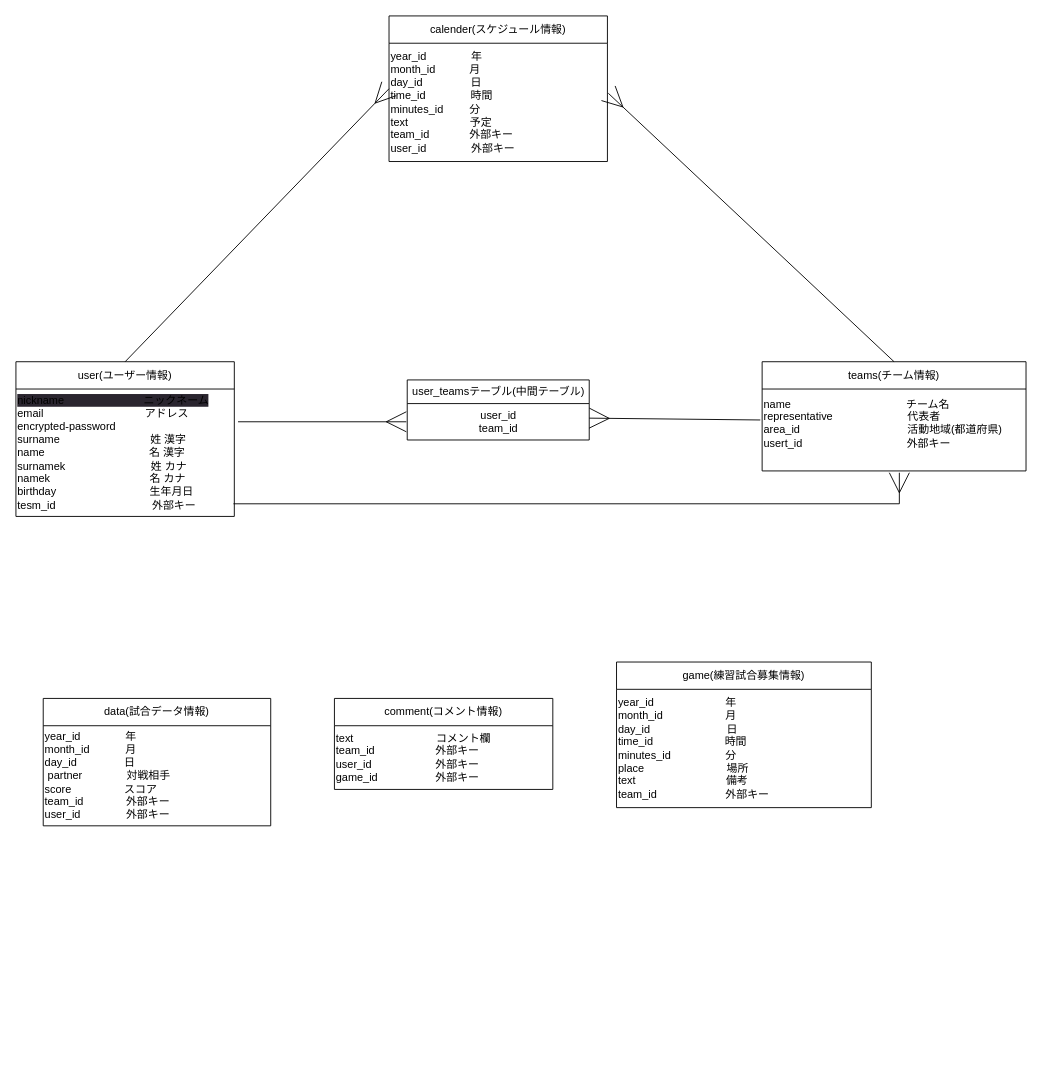
Before: test.dio in arakikeita/soccer-team, a draw.io diagram. Source tidied: cells renumbered, new cells numbered last; positions are measured from the earlier drawing's top-left corner, leaving out a move shared by most shapes. Both pictures are drawn from the tidied source at 91%, with x=0, y=0 at pixel (15, 15).
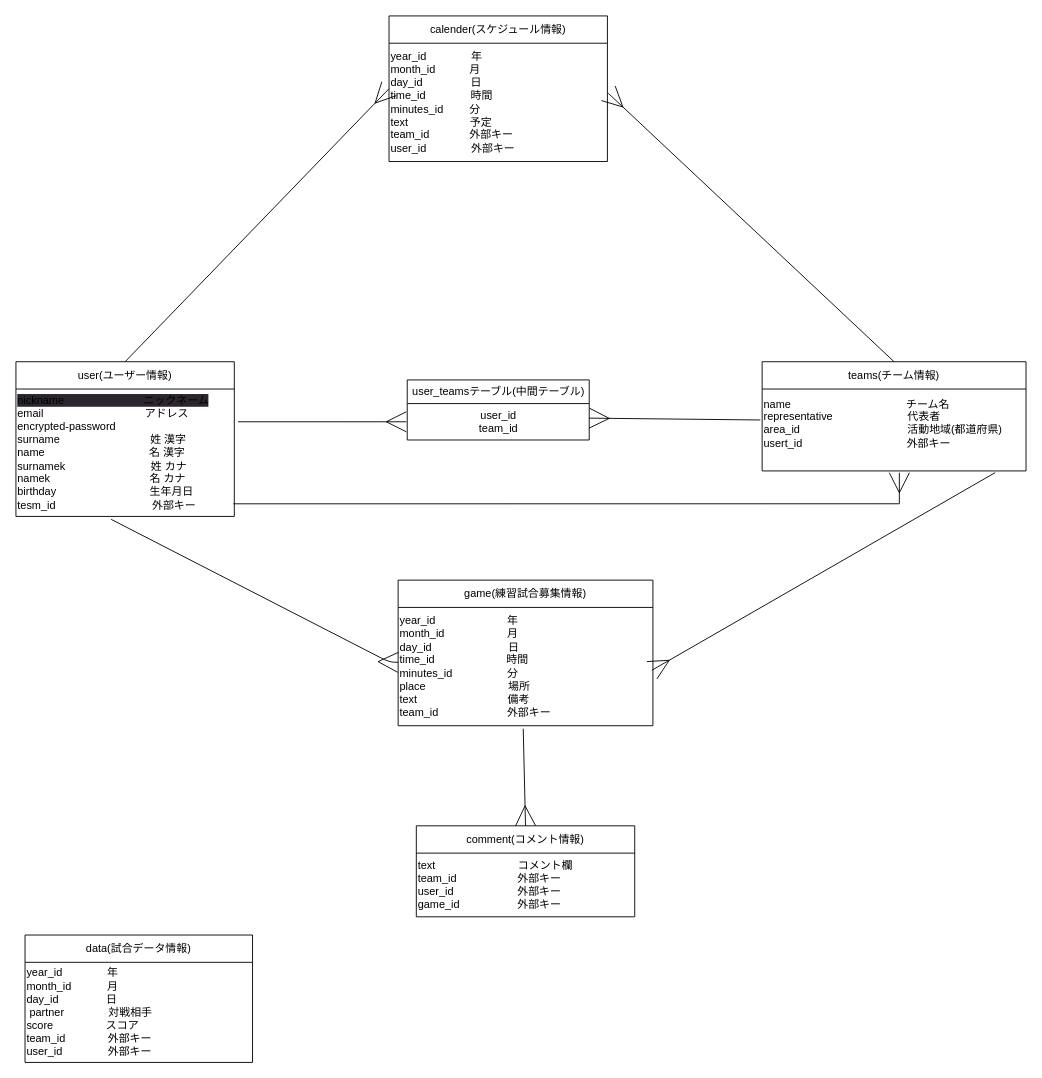
After the change.

The change refers to these unchanged cells:
```xml
<mxCell id="3" value="&lt;div style=&quot;&quot;&gt;&lt;span style=&quot;background-color: rgb(42, 37, 47);&quot;&gt;nickname 　　　　　　　ニックネーム&lt;/span&gt;&lt;/div&gt;&lt;span style=&quot;background-color: rgb(42, 37, 47);&quot;&gt;&lt;div style=&quot;&quot;&gt;email 　　　　　　　　　アドレス&lt;/div&gt;&lt;/span&gt;&lt;span style=&quot;background-color: rgb(42, 37, 47);&quot;&gt;&lt;div style=&quot;&quot;&gt;encrypted-password&lt;/div&gt;&lt;/span&gt;&lt;span style=&quot;background-color: rgb(42, 37, 47);&quot;&gt;&lt;div style=&quot;&quot;&gt;surname 　　　　　　　　姓 漢字&lt;/div&gt;&lt;/span&gt;&lt;span style=&quot;background-color: rgb(42, 37, 47);&quot;&gt;&lt;div style=&quot;&quot;&gt;name&amp;nbsp; 　　　　　　　　　名 漢字&lt;/div&gt;&lt;/span&gt;&lt;span style=&quot;background-color: rgb(42, 37, 47);&quot;&gt;&lt;div style=&quot;&quot;&gt;surnamek 　　　　　　　&amp;nbsp; 姓 カナ&lt;/div&gt;&lt;/span&gt;&lt;span style=&quot;background-color: rgb(42, 37, 47);&quot;&gt;&lt;div style=&quot;&quot;&gt;namek 　　　　　　　　&amp;nbsp; &amp;nbsp;名 カナ&lt;/div&gt;&lt;/span&gt;&lt;span style=&quot;background-color: rgb(42, 37, 47);&quot;&gt;&lt;div style=&quot;&quot;&gt;birthday 　　　　　　　　 生年月日&lt;/div&gt;&lt;div style=&quot;&quot;&gt;tesm_id 　　　　　　　　&amp;nbsp; 外部キー&lt;/div&gt;&lt;/span&gt;" style="text;html=1;align=left;verticalAlign=middle;points=[];strokeColor=none;fillColor=none;" parent="2" vertex="1">
  <mxGeometry y="30" width="240" height="140" as="geometry" />
</mxCell>
<mxCell id="5" value="name&amp;nbsp; 　　　　　　　　　　チーム名&lt;br&gt;representative 　　　　　　&amp;nbsp; 代表者&lt;br&gt;area_id&amp;nbsp; &amp;nbsp;　　　　　　　　　活動地域(都道府県)&lt;br&gt;usert_id 　　　　　　　　　 外部キー&lt;br&gt;&amp;nbsp;" style="text;html=1;align=left;verticalAlign=middle;points=[];strokeColor=none;fillColor=none;" parent="4" vertex="1">
  <mxGeometry y="30" width="290" height="90" as="geometry" />
</mxCell>
<mxCell id="11" value="year_id 　　　　　　 年&lt;br&gt;month_id　&amp;nbsp; &amp;nbsp; &amp;nbsp; &amp;nbsp; &amp;nbsp; &amp;nbsp; &amp;nbsp; &amp;nbsp; &amp;nbsp;月&lt;br&gt;day_id　　　　　　　日&lt;br&gt;time_id 　　　　　　 時間&lt;br&gt;minutes_id&amp;nbsp; &amp;nbsp; &amp;nbsp; &amp;nbsp; &amp;nbsp; &amp;nbsp; &amp;nbsp; &amp;nbsp; &amp;nbsp; 分&lt;br&gt;place　　　　　　　&amp;nbsp; 場所&lt;br&gt;text　　　　　　　　 備考&lt;br&gt;team_id　　　　　　 外部キー" style="text;html=1;align=left;verticalAlign=middle;points=[];strokeColor=none;fillColor=none;" parent="10" vertex="1">
  <mxGeometry y="30" width="280" height="130" as="geometry" />
</mxCell>
```

What changed in the source:
```diff
@@
     <mxCell id="8" value="data(試合データ情報)" style="swimlane;fontStyle=0;horizontal=1;startSize=30;whiteSpace=wrap;html=1;" parent="1" vertex="1">
-      <mxGeometry x="30" y="750" width="250" height="140" as="geometry" />
+      <mxGeometry x="10" y="1010" width="250" height="140" as="geometry" />
     </mxCell>
@@
     <mxCell id="10" value="game(練習試合募集情報)" style="swimlane;fontStyle=0;horizontal=1;startSize=30;whiteSpace=wrap;html=1;" parent="1" vertex="1">
-      <mxGeometry x="660" y="710" width="280" height="160" as="geometry" />
+      <mxGeometry x="420" y="620" width="280" height="160" as="geometry" />
     </mxCell>
@@
     <mxCell id="12" value="comment(コメント情報)" style="swimlane;fontStyle=0;horizontal=1;startSize=30;whiteSpace=wrap;html=1;" parent="1" vertex="1">
-      <mxGeometry x="350" y="750" width="240" height="100" as="geometry" />
+      <mxGeometry x="440" y="890" width="240" height="100" as="geometry" />
     </mxCell>
@@
+    <mxCell id="21" style="endArrow=ERmany;html=1;entryX=0.996;entryY=0.531;entryDx=0;entryDy=0;entryPerimeter=0;exitX=0.883;exitY=1.021;exitDx=0;exitDy=0;exitPerimeter=0;endFill=0;endSize=20;" parent="1" edge="1" source="5" target="11">
+      <mxGeometry relative="1" as="geometry" />
+    </mxCell>
+    <mxCell id="22" style="endArrow=ERmany;html=1;exitX=0.436;exitY=1.023;exitDx=0;exitDy=0;exitPerimeter=0;endFill=0;endSize=20;" parent="1" edge="1" source="3" target="11">
+      <mxGeometry relative="1" as="geometry">
+        <Array as="points">
+          <mxPoint x="410" y="710" />
+        </Array>
+      </mxGeometry>
+    </mxCell>
+    <mxCell id="23" style="endArrow=ERmany;html=1;entryX=0.5;entryY=0;entryDx=0;entryDy=0;exitX=0.491;exitY=1.025;exitDx=0;exitDy=0;exitPerimeter=0;endSize=20;endFill=0;" parent="1" edge="1" source="11" target="12">
+      <mxGeometry relative="1" as="geometry" />
+    </mxCell>
```
